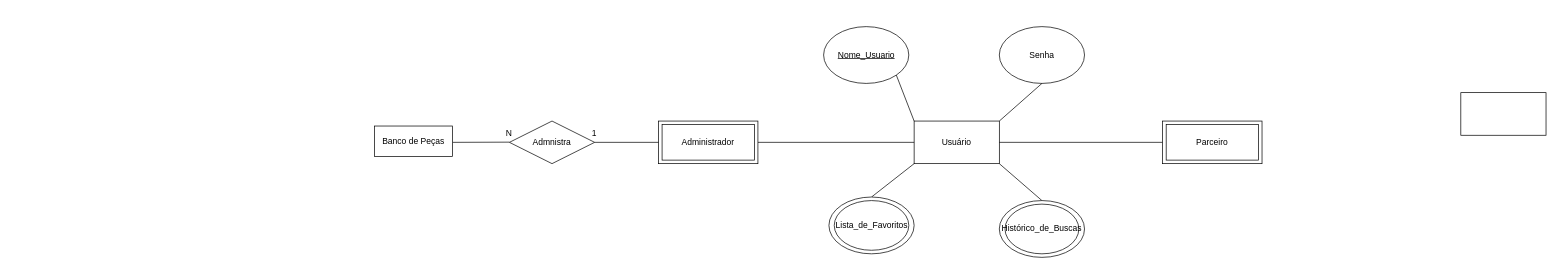
Before: Diagramas/DiagramaMER.drawio in Mateus-Fernandes-Barbosa/EngenhariaDeSoftware, a draw.io diagram. Source tidied: cells renumbered, new cells numbered last; positions are measured from the earlier drawing's top-left corner, leaving out a move shared by most shapes. Both pictures are drawn from the tidied source at 71%, with x=0, y=0 at pixel (374, 26).
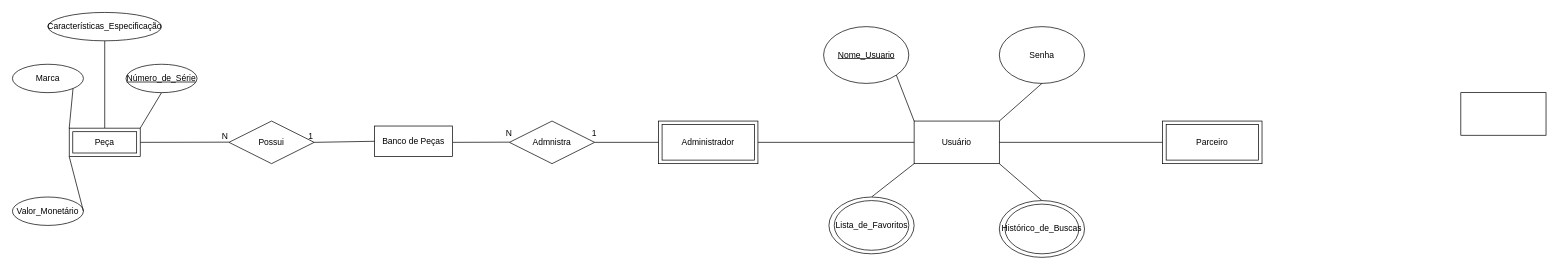
The same page after the edit.

Unchanged cells that the change refers to:
```xml
<mxCell id="23" value="Banco de Peças" style="whiteSpace=wrap;html=1;align=center;" parent="1" vertex="1">
  <mxGeometry y="140" width="110" height="43" as="geometry" />
</mxCell>
```

Change to the diagram source:
```diff
@@
+    <mxCell id="24" value="Possui" style="shape=rhombus;perimeter=rhombusPerimeter;whiteSpace=wrap;html=1;align=center;" parent="1" vertex="1">
+      <mxGeometry x="-205" y="133" width="120" height="60" as="geometry" />
+    </mxCell>
+    <mxCell id="25" style="endArrow=none;html=1;rounded=0;entryX=1;entryY=0.5;entryDx=0;entryDy=0;exitX=0;exitY=0.5;exitDx=0;exitDy=0;" parent="1" edge="1" source="23" target="24">
+      <mxGeometry relative="1" as="geometry" />
+    </mxCell>
+    <mxCell id="26" value="1" style="html=1;whiteSpace=wrap;align=right;verticalAlign=bottom;" parent="25" vertex="1">
+      <mxGeometry x="1" relative="1" as="geometry" />
+    </mxCell>
+    <mxCell id="27" style="endArrow=none;html=1;rounded=0;" parent="1" edge="1">
+      <mxGeometry relative="1" as="geometry">
+        <mxPoint x="-330" y="163" as="sourcePoint" />
+        <mxPoint x="-205" y="162.7" as="targetPoint" />
+      </mxGeometry>
+    </mxCell>
+    <mxCell id="28" value="N" style="html=1;whiteSpace=wrap;align=right;verticalAlign=bottom;" parent="27" vertex="1">
+      <mxGeometry x="1" relative="1" as="geometry" />
+    </mxCell>
+    <mxCell id="29" value="Marca" style="ellipse;whiteSpace=wrap;html=1;align=center;" parent="1" vertex="1">
+      <mxGeometry x="-510" y="53" width="100" height="40" as="geometry" />
+    </mxCell>
+    <mxCell id="30" value="&lt;u&gt;Número_de_Série&lt;/u&gt;" style="ellipse;whiteSpace=wrap;html=1;align=center;" parent="1" vertex="1">
+      <mxGeometry x="-350" y="53" width="100" height="40" as="geometry" />
+    </mxCell>
+    <mxCell id="31" value="Valor_Monetário" style="ellipse;whiteSpace=wrap;html=1;align=center;" parent="1" vertex="1">
+      <mxGeometry x="-510" y="240" width="100" height="40" as="geometry" />
+    </mxCell>
+    <mxCell id="32" value="Características_Especificação" style="ellipse;whiteSpace=wrap;html=1;align=center;" parent="1" vertex="1">
+      <mxGeometry x="-460" y="-20" width="160" height="40" as="geometry" />
+    </mxCell>
+    <mxCell id="33" style="endArrow=none;html=1;rounded=0;exitX=1;exitY=1;exitDx=0;exitDy=0;" parent="1" edge="1" source="29">
+      <mxGeometry relative="1" as="geometry">
+        <mxPoint x="-430" y="143" as="targetPoint" />
+      </mxGeometry>
+    </mxCell>
+    <mxCell id="34" style="endArrow=none;html=1;rounded=0;exitX=0.5;exitY=1;exitDx=0;exitDy=0;entryX=0.5;entryY=0;entryDx=0;entryDy=0;" parent="1" edge="1" source="32">
+      <mxGeometry relative="1" as="geometry">
+        <mxPoint x="-380" y="143" as="targetPoint" />
+      </mxGeometry>
+    </mxCell>
+    <mxCell id="35" style="endArrow=none;html=1;rounded=0;exitX=0;exitY=1;exitDx=0;exitDy=0;entryX=1;entryY=0.5;entryDx=0;entryDy=0;" parent="1" edge="1" target="31">
+      <mxGeometry relative="1" as="geometry">
+        <mxPoint x="-430" y="183" as="sourcePoint" />
+      </mxGeometry>
+    </mxCell>
+    <mxCell id="36" value="Peça" style="shape=ext;margin=3;double=1;whiteSpace=wrap;html=1;align=center;" parent="1" vertex="1">
+      <mxGeometry x="-430" y="143" width="100" height="40" as="geometry" />
+    </mxCell>
+    <mxCell id="37" style="endArrow=none;html=1;rounded=0;exitX=1;exitY=0;exitDx=0;exitDy=0;entryX=0.5;entryY=1;entryDx=0;entryDy=0;" parent="1" edge="1" source="36" target="30">
+      <mxGeometry relative="1" as="geometry" />
+    </mxCell>
```
